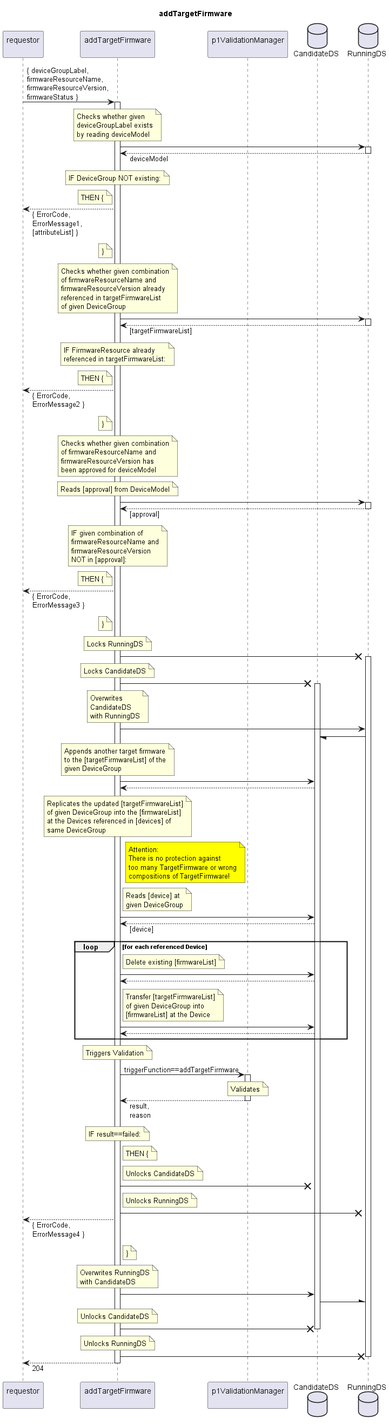
This is spec/Services/addTargetFirmware/1.0.0/addTargetFirmware.png from openBackhaul/FirmWareManager, a PlantUML export, as it was before one commit.
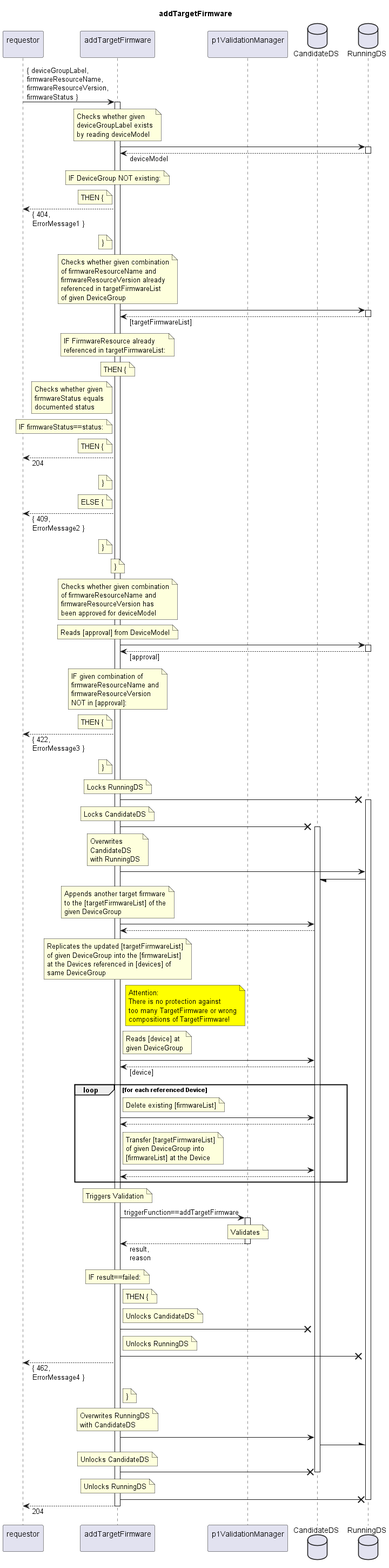
After the commit.

The edit, as a diff of the source:
```diff
@@ -29,7 +29,7 @@
   note left indServ
     THEN {
   end note
-  requestor <-- indServ: { ErrorCode,\nErrorMessage1,\n[attributeList] }
+  requestor <-- indServ: { 404,\nErrorMessage1 }
   note left indServ
     }
   end note
@@ -49,11 +49,32 @@
     IF FirmwareResource already
     referenced in targetFirmwareList:
   end note
+  note over indServ
+    THEN {
+  end note
+  note left indServ
+    Checks whether given
+    firmwareStatus equals
+    documented status
+  end note
+  note left indServ
+    IF firmwareStatus==status:
+  end note
   note left indServ
     THEN {
   end note
-  requestor <-- indServ: { ErrorCode,\nErrorMessage2 }
+  requestor <-- indServ: 204
   note left indServ
+    }
+  end note
+  note left indServ
+    ELSE {
+  end note
+  requestor <-- indServ: { 409,\nErrorMessage2 }
+  note left indServ
+    }
+  end note
+  note over indServ
     }
   end note
 
@@ -79,7 +100,7 @@
   note left indServ
     THEN {
   end note
-  requestor <-- indServ: { ErrorCode,\nErrorMessage3 }
+  requestor <-- indServ: { 422,\nErrorMessage3 }
   note left indServ
     }
   end note
@@ -167,7 +188,7 @@
     Unlocks RunningDS
   end note
   indServ -X RunDS
-  requestor <-- indServ: { ErrorCode,\nErrorMessage4 }
+  requestor <-- indServ: { 462,\nErrorMessage4 }
   note right indServ
     }
   end note
```
